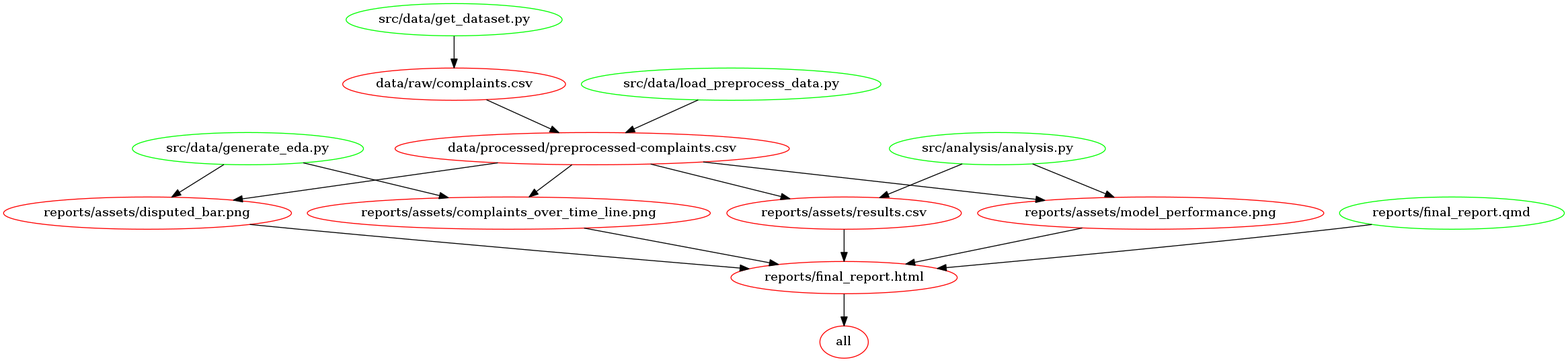
Earlier version of the Graphviz export Makefile.png (UBC-MDS/DSCI-522_Team12). Its source is kept beside it as Makefile.dot.
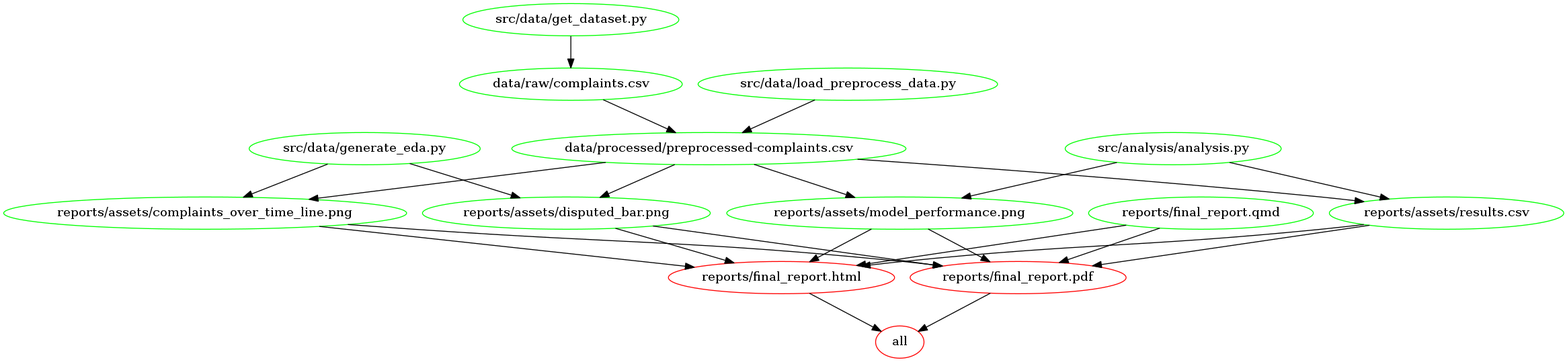
The same file after the commit.

What changed in the source:
```diff
@@ -1,18 +1,20 @@
 digraph G {
 n2[label="all", color="red"];
-n7[label="data/processed/preprocessed-complaints.csv", color="red"];
-n9[label="data/raw/complaints.csv", color="red"];
-n11[label="reports/assets/complaints_over_time_line.png", color="red"];
-n5[label="reports/assets/disputed_bar.png", color="red"];
-n14[label="reports/assets/model_performance.png", color="red"];
-n12[label="reports/assets/results.csv", color="red"];
+n7[label="data/processed/preprocessed-complaints.csv", color="green"];
+n9[label="data/raw/complaints.csv", color="green"];
+n11[label="reports/assets/complaints_over_time_line.png", color="green"];
+n5[label="reports/assets/disputed_bar.png", color="green"];
+n14[label="reports/assets/model_performance.png", color="green"];
+n12[label="reports/assets/results.csv", color="green"];
 n3[label="reports/final_report.html", color="red"];
+n15[label="reports/final_report.pdf", color="red"];
 n4[label="reports/final_report.qmd", color="green"];
 n13[label="src/analysis/analysis.py", color="green"];
 n6[label="src/data/generate_eda.py", color="green"];
 n10[label="src/data/get_dataset.py", color="green"];
 n8[label="src/data/load_preprocess_data.py", color="green"];
 n3 -> n2 ;
+n15 -> n2 ;
 n9 -> n7 ;
 n8 -> n7 ;
 n10 -> n9 ;
@@ -29,4 +31,9 @@
 n14 -> n3 ;
 n12 -> n3 ;
 n4 -> n3 ;
+n11 -> n15 ;
+n5 -> n15 ;
+n14 -> n15 ;
+n12 -> n15 ;
+n4 -> n15 ;
 }
```
